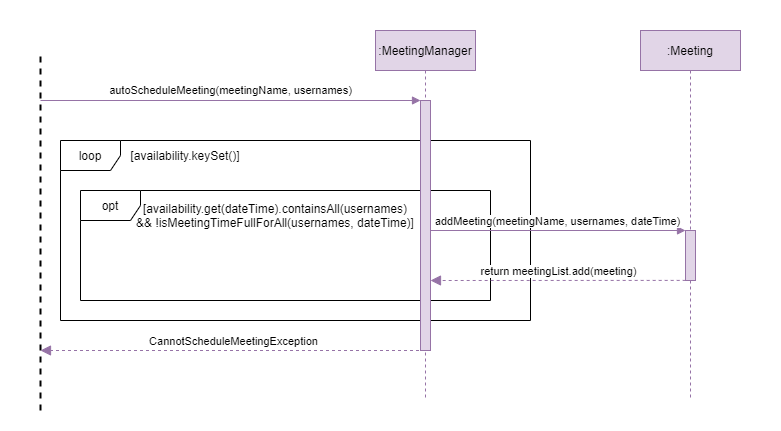
The draw.io diagram docs/developerGuideDiagrams/autoScheduleSequenceDiagram.png in theeugenechong/tp, before a commit. Source tidied: cells renumbered, new cells last; positions are measured from the earlier drawing's top-left corner, leaving out a move shared by most shapes.
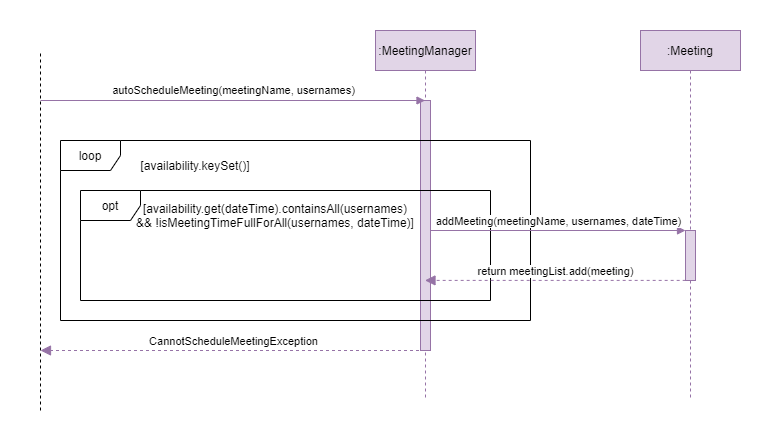
The same file after the commit.

The edit, as a diff of the source:
```diff
@@ -3,32 +3,31 @@
     <mxCell id="0" />
     <mxCell id="1" parent="0" />
     <mxCell id="2" style="rounded=0;whiteSpace=wrap;html=1;strokeColor=none;" parent="1" vertex="1">
-      <mxGeometry width="780" height="430" as="geometry" />
+      <mxGeometry width="780" height="440" as="geometry" />
     </mxCell>
-    <mxCell id="3" value="opt" style="shape=umlFrame;whiteSpace=wrap;html=1;" parent="1" vertex="1">
-      <mxGeometry x="80" y="190" width="410" height="110" as="geometry" />
-    </mxCell>
-    <mxCell id="4" value="loop" style="shape=umlFrame;whiteSpace=wrap;html=1;" parent="1" vertex="1">
-      <mxGeometry x="60" y="140" width="470" height="180" as="geometry" />
-    </mxCell>
     <mxCell id="5" value=":MeetingManager" style="shape=umlLifeline;perimeter=lifelinePerimeter;rounded=0;shadow=0;strokeWidth=1;fillColor=#e1d5e7;strokeColor=#9673a6;" parent="1" vertex="1">
       <mxGeometry x="375" y="30" width="100" height="370" as="geometry" />
     </mxCell>
     <mxCell id="6" style="points=[];perimeter=orthogonalPerimeter;rounded=0;shadow=0;strokeWidth=1;fillColor=#e1d5e7;strokeColor=#9673a6;" parent="5" vertex="1">
       <mxGeometry x="45" y="70" width="10" height="250" as="geometry" />
     </mxCell>
-    <mxCell id="7" style="endArrow=none;dashed=1;html=1;rounded=0;strokeWidth=2;" parent="1" edge="1">
+    <mxCell id="7" style="endArrow=none;dashed=1;html=1;rounded=0;" parent="1" edge="1">
       <mxGeometry relative="1" as="geometry">
         <mxPoint x="40" y="410" as="sourcePoint" />
         <mxPoint x="40" y="50" as="targetPoint" />
       </mxGeometry>
     </mxCell>
-    <mxCell id="8" value="autoScheduleMeeting(meetingName, usernames)" style="endArrow=block;html=1;rounded=0;fillColor=#e1d5e7;strokeColor=#9673a6;endFill=1;" parent="1" edge="1">
+    <mxCell id="8" value="autoScheduleMeeting(meetingName, usernames)" style="endArrow=block;html=1;rounded=0;fillColor=#e1d5e7;strokeColor=#9673a6;endFill=1;" parent="1" edge="1" target="5">
       <mxGeometry y="10" relative="1" as="geometry">
         <mxPoint x="40" y="100" as="sourcePoint" />
-        <mxPoint x="420" y="100" as="targetPoint" />
       </mxGeometry>
     </mxCell>
+    <mxCell id="4" value="loop" style="shape=umlFrame;whiteSpace=wrap;html=1;" parent="1" vertex="1">
+      <mxGeometry x="60" y="140" width="470" height="180" as="geometry" />
+    </mxCell>
+    <mxCell id="3" value="opt" style="shape=umlFrame;whiteSpace=wrap;html=1;" parent="1" vertex="1">
+      <mxGeometry x="80" y="190" width="410" height="110" as="geometry" />
+    </mxCell>
     <mxCell id="9" value="[availability.get(dateTime).containsAll(usernames)&lt;br&gt;&amp;amp;&amp;amp; !isMeetingTimeFullForAll(usernames, dateTime)]" style="text;html=1;strokeColor=none;fillColor=none;align=center;verticalAlign=middle;whiteSpace=wrap;rounded=0;" parent="1" vertex="1">
       <mxGeometry x="120" y="200" width="310" height="30" as="geometry" />
     </mxCell>
@@ -41,18 +40,16 @@
     <mxCell id="12" value="addMeeting(meetingName, usernames, dateTime)" style="html=1;verticalAlign=bottom;endArrow=block;entryX=0;entryY=0;rounded=0;fillColor=#e1d5e7;strokeColor=#9673a6;" parent="1" edge="1" source="6" target="11">
       <mxGeometry relative="1" as="geometry" />
     </mxCell>
-    <mxCell id="13" value="return meetingList.add(meeting)" style="html=1;verticalAlign=bottom;endArrow=block;dashed=1;endSize=8;exitX=0.017;exitY=0.998;rounded=0;exitDx=0;exitDy=0;exitPerimeter=0;fillColor=#e1d5e7;strokeColor=#9673a6;endFill=1;" parent="1" edge="1" source="11">
-      <mxGeometry relative="1" as="geometry">
-        <mxPoint x="430" y="280" as="targetPoint" />
-      </mxGeometry>
+    <mxCell id="13" value="return meetingList.add(meeting)" style="html=1;verticalAlign=bottom;endArrow=block;dashed=1;endSize=8;exitX=0.017;exitY=0.998;rounded=0;exitDx=0;exitDy=0;exitPerimeter=0;fillColor=#e1d5e7;strokeColor=#9673a6;endFill=1;" parent="1" edge="1" source="11" target="5">
+      <mxGeometry relative="1" as="geometry" />
     </mxCell>
-    <mxCell id="14" value="CannotScheduleMeetingException" style="html=1;verticalAlign=bottom;endArrow=block;dashed=1;endSize=8;rounded=0;endFill=1;fillColor=#e1d5e7;strokeColor=#9673a6;" parent="1" edge="1" source="5">
+    <mxCell id="14" value="CannotScheduleMeetingException" style="html=1;verticalAlign=bottom;endArrow=block;dashed=1;endSize=8;rounded=0;fillColor=#e1d5e7;strokeColor=#9673a6;endFill=1;" parent="1" edge="1" source="5">
       <mxGeometry relative="1" as="geometry">
         <mxPoint x="40" y="350" as="targetPoint" />
       </mxGeometry>
     </mxCell>
     <mxCell id="15" value="[availability.keySet()]" style="text;html=1;strokeColor=none;fillColor=none;align=center;verticalAlign=middle;whiteSpace=wrap;rounded=0;" parent="1" vertex="1">
-      <mxGeometry x="110" y="140" width="150" height="30" as="geometry" />
+      <mxGeometry x="120" y="150" width="150" height="30" as="geometry" />
     </mxCell>
   </root>
 </mxGraphModel>
```
